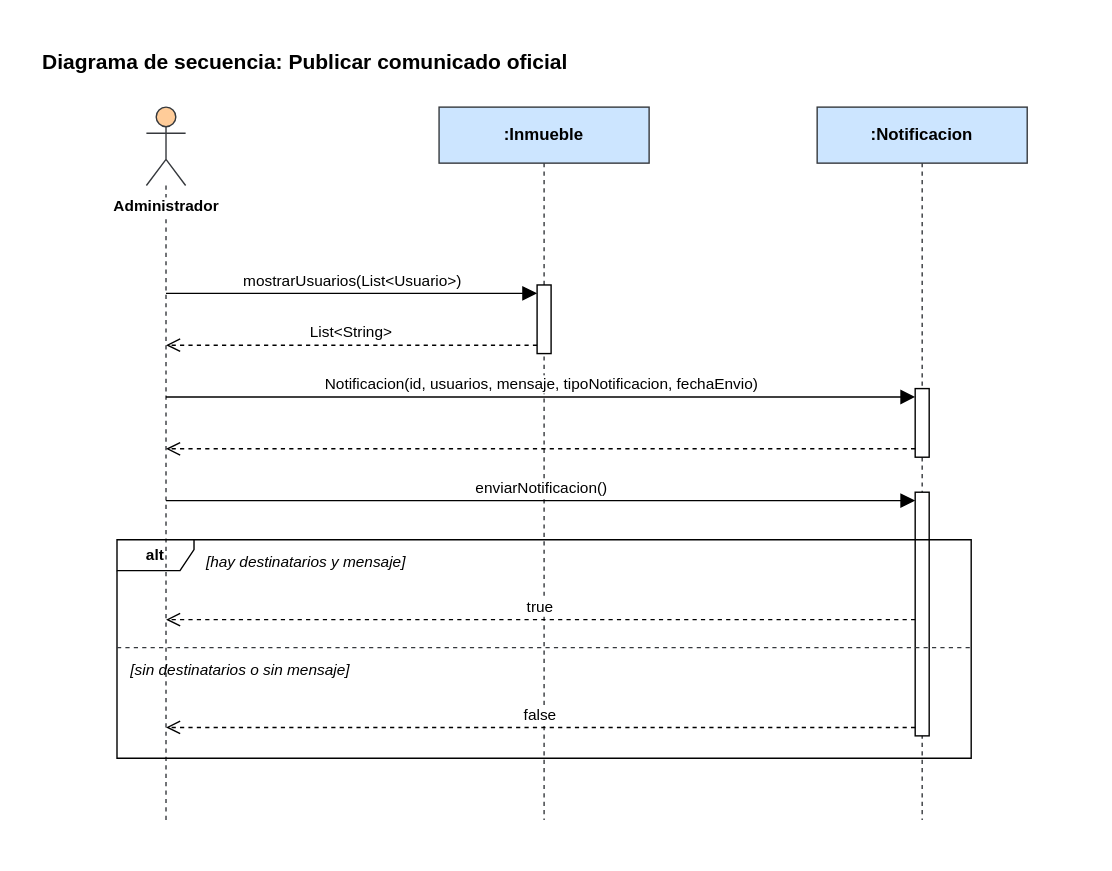
This is Diagramas/Secuencia/publicar-comunicado-oficial.svg from manuel20051208/HorizontalSoftware-Back-End, a draw.io export, as it was before one commit. Source tidied: cells renumbered, new cells last; positions are measured from the earlier drawing's top-left corner, leaving out a move shared by most shapes. Source of this version:
```xml
<mxGraphModel>
  <root>
    <mxCell id="0" />
    <mxCell id="1" parent="0" />
    <mxCell id="2" value="&lt;b&gt;Diagrama de secuencia: Publicar comunicado oficial&lt;/b&gt;" style="text;html=1;align=left;verticalAlign=top;whiteSpace=wrap;fontSize=15;" parent="1" vertex="1">
      <mxGeometry width="730" height="26" as="geometry" />
    </mxCell>
    <mxCell id="3" value="Administrador" style="shape=umlLifeline;participant=umlActor;perimeter=lifelinePerimeter;whiteSpace=nowrap;html=1;outlineConnect=0;portConstraint=eastwest;size=56;verticalAlign=top;spacingTop=58;labelBackgroundColor=#ffffff;fontStyle=1;fontSize=11;fillColor=#ffcc99;strokeColor=#36393d;" parent="1" vertex="1">
      <mxGeometry x="76" y="48" width="28" height="509" as="geometry" />
    </mxCell>
    <mxCell id="4" value=":Inmueble" style="shape=umlLifeline;perimeter=lifelinePerimeter;whiteSpace=wrap;html=1;fillColor=#cce5ff;strokeColor=#36393d;fontStyle=1;fontSize=12;" parent="1" vertex="1">
      <mxGeometry x="285" y="48" width="150" height="509" as="geometry" />
    </mxCell>
    <mxCell id="5" value=":Notificacion" style="shape=umlLifeline;perimeter=lifelinePerimeter;whiteSpace=wrap;html=1;fillColor=#cce5ff;strokeColor=#36393d;fontStyle=1;fontSize=12;" parent="1" vertex="1">
      <mxGeometry x="555" y="48" width="150" height="509" as="geometry" />
    </mxCell>
    <mxCell id="6" style="html=1;points=[];perimeter=orthogonalPerimeter;fillColor=#ffffff;strokeColor=#000000;" parent="1" vertex="1">
      <mxGeometry x="355" y="175" width="10" height="49" as="geometry" />
    </mxCell>
    <mxCell id="7" style="html=1;points=[];perimeter=orthogonalPerimeter;fillColor=#ffffff;strokeColor=#000000;" parent="1" vertex="1">
      <mxGeometry x="625" y="249" width="10" height="49" as="geometry" />
    </mxCell>
    <mxCell id="8" style="html=1;points=[];perimeter=orthogonalPerimeter;fillColor=#ffffff;strokeColor=#000000;" parent="1" vertex="1">
      <mxGeometry x="625" y="323" width="10" height="174" as="geometry" />
    </mxCell>
    <mxCell id="9" value="mostrarUsuarios(List&amp;lt;Usuario&amp;gt;)" style="html=1;verticalAlign=bottom;rounded=0;fontSize=11;strokeColor=#000000;endArrow=block;endFill=1;endSize=8;exitX=0.5000;exitY=0.2613;exitDx=0;exitDy=0;exitPerimeter=0;entryX=0.0000;entryY=0.1224;entryDx=0;entryDy=0;entryPerimeter=0;" parent="1" edge="1" source="3" target="6">
      <mxGeometry relative="1" as="geometry" />
    </mxCell>
    <mxCell id="10" value="List&amp;lt;String&amp;gt;" style="html=1;verticalAlign=bottom;rounded=0;fontSize=11;strokeColor=#000000;dashed=1;endArrow=open;endFill=0;endSize=8;exitX=0.0000;exitY=0.8776;exitDx=0;exitDy=0;exitPerimeter=0;entryX=0.5000;entryY=0.3340;entryDx=0;entryDy=0;entryPerimeter=0;" parent="1" edge="1" source="6" target="3">
      <mxGeometry relative="1" as="geometry" />
    </mxCell>
    <mxCell id="11" value="Notificacion(id, usuarios, mensaje, tipoNotificacion, fechaEnvio)" style="html=1;verticalAlign=bottom;rounded=0;fontSize=11;strokeColor=#000000;endArrow=block;endFill=1;endSize=8;exitX=0.5000;exitY=0.4067;exitDx=0;exitDy=0;exitPerimeter=0;entryX=0.0000;entryY=0.1224;entryDx=0;entryDy=0;entryPerimeter=0;" parent="1" edge="1" source="3" target="7">
      <mxGeometry relative="1" as="geometry" />
    </mxCell>
    <mxCell id="12" style="html=1;verticalAlign=bottom;rounded=0;fontSize=11;strokeColor=#000000;dashed=1;endArrow=open;endFill=0;endSize=8;exitX=0.0000;exitY=0.8776;exitDx=0;exitDy=0;exitPerimeter=0;entryX=0.5000;entryY=0.4794;entryDx=0;entryDy=0;entryPerimeter=0;" parent="1" edge="1" source="7" target="3">
      <mxGeometry relative="1" as="geometry" />
    </mxCell>
    <mxCell id="13" value="enviarNotificacion()" style="html=1;verticalAlign=bottom;rounded=0;fontSize=11;strokeColor=#000000;endArrow=block;endFill=1;endSize=8;exitX=0.5000;exitY=0.5521;exitDx=0;exitDy=0;exitPerimeter=0;entryX=0.0000;entryY=0.0345;entryDx=0;entryDy=0;entryPerimeter=0;" parent="1" edge="1" source="3" target="8">
      <mxGeometry relative="1" as="geometry" />
    </mxCell>
    <mxCell id="14" value="true" style="html=1;verticalAlign=bottom;rounded=0;fontSize=11;strokeColor=#000000;dashed=1;endArrow=open;endFill=0;endSize=8;exitX=0.0000;exitY=0.5230;exitDx=0;exitDy=0;exitPerimeter=0;entryX=0.5000;entryY=0.7191;entryDx=0;entryDy=0;entryPerimeter=0;" parent="1" edge="1" source="8" target="3">
      <mxGeometry relative="1" as="geometry" />
    </mxCell>
    <mxCell id="15" value="false" style="html=1;verticalAlign=bottom;rounded=0;fontSize=11;strokeColor=#000000;dashed=1;endArrow=open;endFill=0;endSize=8;exitX=0.0000;exitY=0.9655;exitDx=0;exitDy=0;exitPerimeter=0;entryX=0.5000;entryY=0.8703;entryDx=0;entryDy=0;entryPerimeter=0;" parent="1" edge="1" source="8" target="3">
      <mxGeometry relative="1" as="geometry" />
    </mxCell>
    <mxCell id="16" value="alt" style="shape=umlFrame;whiteSpace=wrap;html=1;fontStyle=1;fontSize=11;width=55;height=22;fillColor=none;" parent="1" vertex="1">
      <mxGeometry x="55" y="357" width="610" height="156" as="geometry" />
    </mxCell>
    <mxCell id="17" style="endArrow=none;dashed=1;html=1;strokeColor=#36393d;" parent="1" edge="1">
      <mxGeometry relative="1" as="geometry">
        <mxPoint x="55" y="434" as="sourcePoint" />
        <mxPoint x="665" y="434" as="targetPoint" />
      </mxGeometry>
    </mxCell>
    <mxCell id="18" value="[hay destinatarios y mensaje]" style="text;html=1;align=left;verticalAlign=top;whiteSpace=wrap;fontSize=11;fontStyle=2;" parent="1" vertex="1">
      <mxGeometry x="117" y="360" width="540" height="22" as="geometry" />
    </mxCell>
    <mxCell id="19" value="[sin destinatarios o sin mensaje]" style="text;html=1;align=left;verticalAlign=top;whiteSpace=wrap;fontSize=11;fontStyle=2;" parent="1" vertex="1">
      <mxGeometry x="63" y="437" width="590" height="22" as="geometry" />
    </mxCell>
  </root>
</mxGraphModel>
```
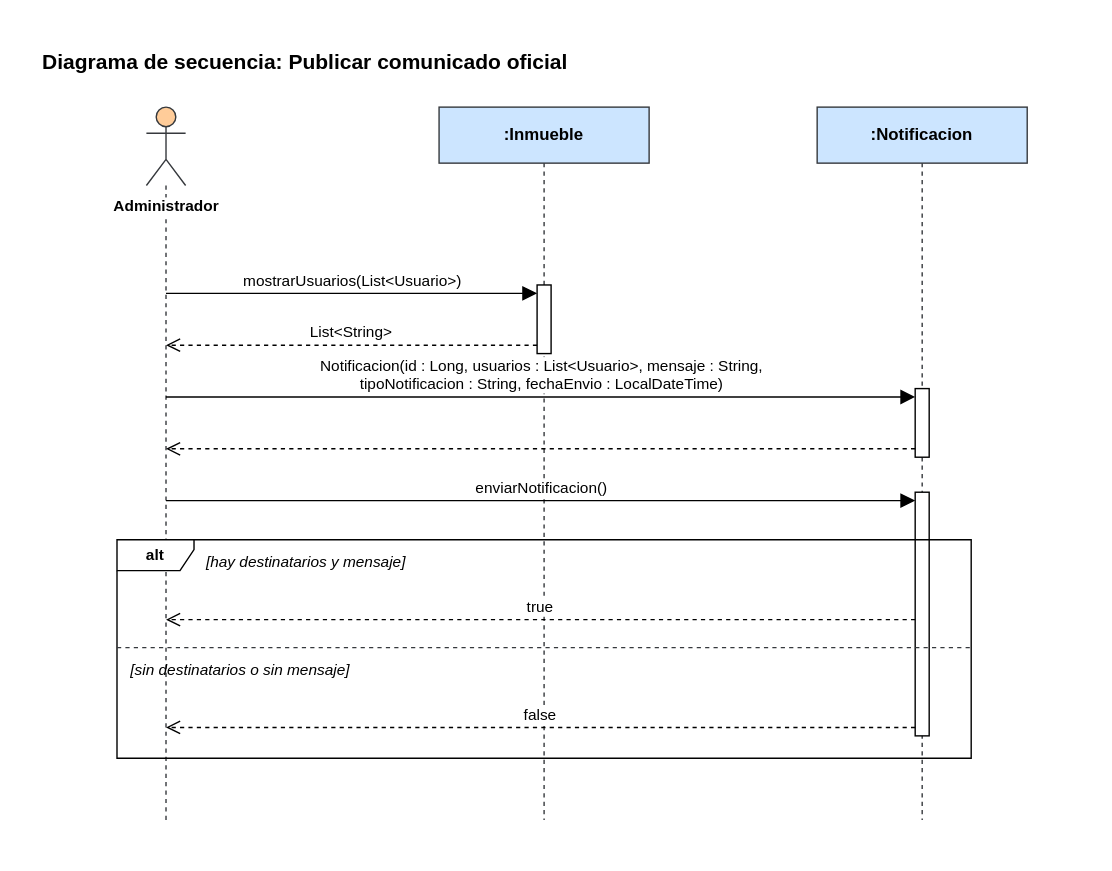
Above is the later version.

Change to the diagram source:
```diff
@@ -29,7 +29,7 @@
     <mxCell id="10" value="List&amp;lt;String&amp;gt;" style="html=1;verticalAlign=bottom;rounded=0;fontSize=11;strokeColor=#000000;dashed=1;endArrow=open;endFill=0;endSize=8;exitX=0.0000;exitY=0.8776;exitDx=0;exitDy=0;exitPerimeter=0;entryX=0.5000;entryY=0.3340;entryDx=0;entryDy=0;entryPerimeter=0;" parent="1" edge="1" source="6" target="3">
       <mxGeometry relative="1" as="geometry" />
     </mxCell>
-    <mxCell id="11" value="Notificacion(id, usuarios, mensaje, tipoNotificacion, fechaEnvio)" style="html=1;verticalAlign=bottom;rounded=0;fontSize=11;strokeColor=#000000;endArrow=block;endFill=1;endSize=8;exitX=0.5000;exitY=0.4067;exitDx=0;exitDy=0;exitPerimeter=0;entryX=0.0000;entryY=0.1224;entryDx=0;entryDy=0;entryPerimeter=0;" parent="1" edge="1" source="3" target="7">
+    <mxCell id="11" value="Notificacion(id : Long, usuarios : List&amp;lt;Usuario&amp;gt;, mensaje : String,&lt;br&gt;tipoNotificacion : String, fechaEnvio : LocalDateTime)" style="html=1;verticalAlign=bottom;rounded=0;fontSize=11;strokeColor=#000000;endArrow=block;endFill=1;endSize=8;exitX=0.5000;exitY=0.4067;exitDx=0;exitDy=0;exitPerimeter=0;entryX=0.0000;entryY=0.1224;entryDx=0;entryDy=0;entryPerimeter=0;" parent="1" edge="1" source="3" target="7">
       <mxGeometry relative="1" as="geometry" />
     </mxCell>
     <mxCell id="12" style="html=1;verticalAlign=bottom;rounded=0;fontSize=11;strokeColor=#000000;dashed=1;endArrow=open;endFill=0;endSize=8;exitX=0.0000;exitY=0.8776;exitDx=0;exitDy=0;exitPerimeter=0;entryX=0.5000;entryY=0.4794;entryDx=0;entryDy=0;entryPerimeter=0;" parent="1" edge="1" source="7" target="3">
@@ -44,7 +44,7 @@
     <mxCell id="15" value="false" style="html=1;verticalAlign=bottom;rounded=0;fontSize=11;strokeColor=#000000;dashed=1;endArrow=open;endFill=0;endSize=8;exitX=0.0000;exitY=0.9655;exitDx=0;exitDy=0;exitPerimeter=0;entryX=0.5000;entryY=0.8703;entryDx=0;entryDy=0;entryPerimeter=0;" parent="1" edge="1" source="8" target="3">
       <mxGeometry relative="1" as="geometry" />
     </mxCell>
-    <mxCell id="16" value="alt" style="shape=umlFrame;whiteSpace=wrap;html=1;fontStyle=1;fontSize=11;width=55;height=22;fillColor=none;" parent="1" vertex="1">
+    <mxCell id="16" value="alt" style="shape=umlFrame;whiteSpace=wrap;html=1;fontStyle=1;fontSize=11;width=55;height=22;" parent="1" vertex="1">
       <mxGeometry x="55" y="357" width="610" height="156" as="geometry" />
     </mxCell>
     <mxCell id="17" style="endArrow=none;dashed=1;html=1;strokeColor=#36393d;" parent="1" edge="1">
```
